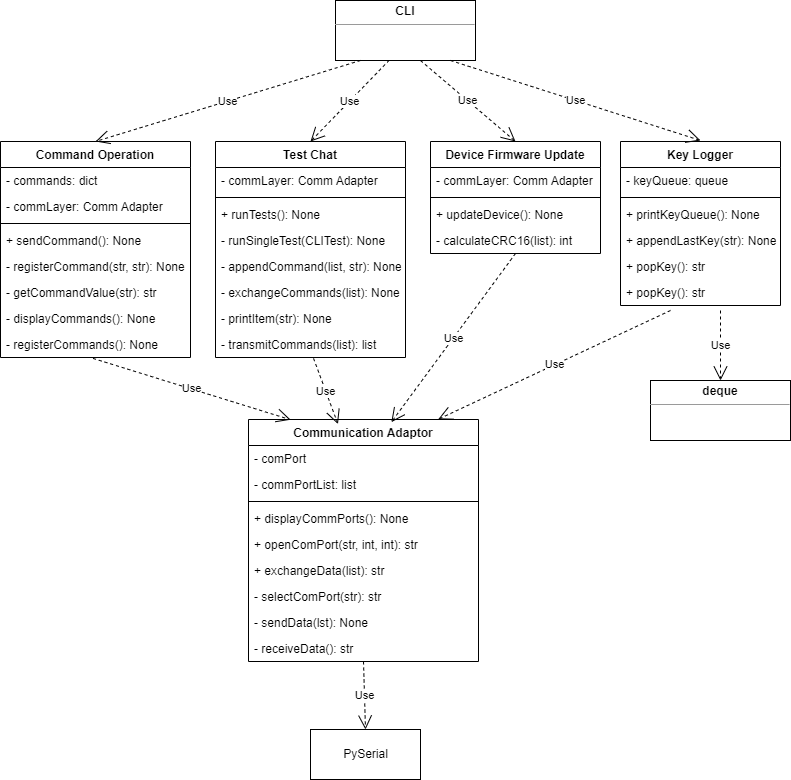
The draw.io diagram images/CLITaskDesignImage.png in MMMRepos/cli-python, before a commit. Source tidied: cells renumbered, new cells last; positions are measured from the earlier drawing's top-left corner, leaving out a move shared by most shapes.
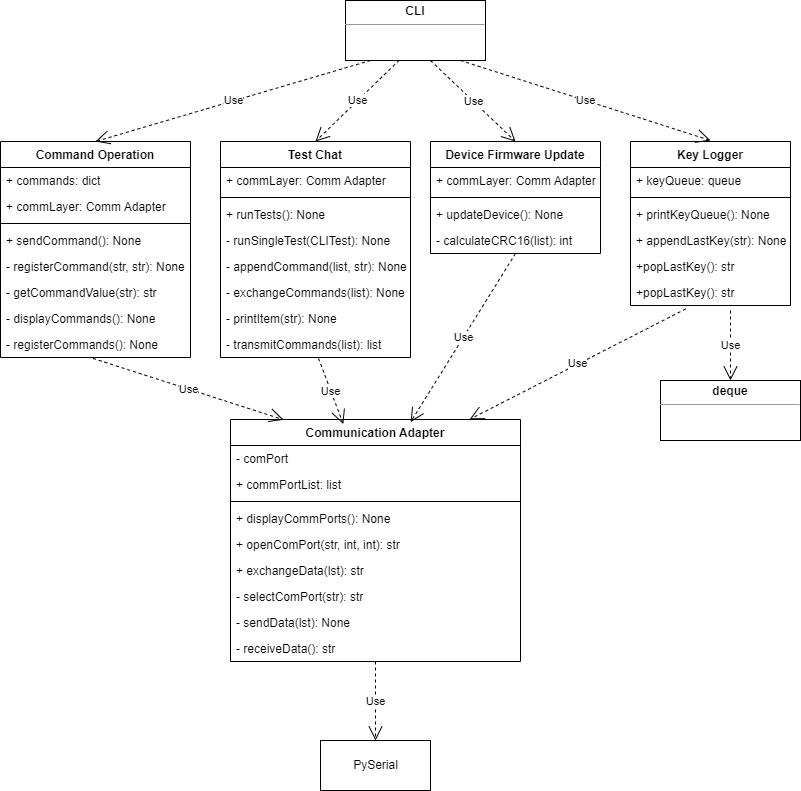
The same diagram one commit later.

The edit, as a diff of the source:
```diff
@@ -3,9 +3,9 @@
     <mxCell id="0" />
     <mxCell id="1" parent="0" />
     <mxCell id="2" value="Device Firmware Update" style="swimlane;fontStyle=1;align=center;verticalAlign=top;horizontal=1;startSize=26;" parent="1" vertex="1">
-      <mxGeometry x="430" y="141" width="170" height="112" as="geometry" />
+      <mxGeometry x="420" y="141" width="170" height="112" as="geometry" />
     </mxCell>
-    <mxCell id="3" value="- commLayer: Comm Adapter" style="text;strokeColor=none;fillColor=none;align=left;verticalAlign=top;spacingLeft=4;spacingRight=4;overflow=hidden;" parent="2" vertex="1">
+    <mxCell id="3" value="+ commLayer: Comm Adapter" style="text;strokeColor=none;fillColor=none;align=left;verticalAlign=top;spacingLeft=4;spacingRight=4;overflow=hidden;" parent="2" vertex="1">
       <mxGeometry y="26" width="170" height="26" as="geometry" />
     </mxCell>
     <mxCell id="4" style="line;strokeWidth=1;fillColor=none;align=left;verticalAlign=middle;spacingTop=-1;spacingLeft=3;spacingRight=3;labelPosition=right;" parent="2" vertex="1">
@@ -20,7 +20,7 @@
     <mxCell id="7" value="Key Logger" style="swimlane;fontStyle=1;align=center;verticalAlign=top;horizontal=1;startSize=26;" parent="1" vertex="1">
       <mxGeometry x="620" y="141" width="160" height="164" as="geometry" />
     </mxCell>
-    <mxCell id="8" value="- keyQueue: queue" style="text;strokeColor=none;fillColor=none;align=left;verticalAlign=top;spacingLeft=4;spacingRight=4;overflow=hidden;" parent="7" vertex="1">
+    <mxCell id="8" value="+ keyQueue: queue" style="text;strokeColor=none;fillColor=none;align=left;verticalAlign=top;spacingLeft=4;spacingRight=4;overflow=hidden;" parent="7" vertex="1">
       <mxGeometry y="26" width="160" height="26" as="geometry" />
     </mxCell>
     <mxCell id="9" style="line;strokeWidth=1;fillColor=none;align=left;verticalAlign=middle;spacingTop=-1;spacingLeft=3;spacingRight=3;labelPosition=right;" parent="7" vertex="1">
@@ -32,19 +32,19 @@
     <mxCell id="11" value="+ appendLastKey(str): None" style="text;strokeColor=none;fillColor=none;align=left;verticalAlign=top;spacingLeft=4;spacingRight=4;overflow=hidden;" parent="7" vertex="1">
       <mxGeometry y="86" width="160" height="26" as="geometry" />
     </mxCell>
-    <mxCell id="12" value="+ popKey(): str" style="text;strokeColor=none;fillColor=none;align=left;verticalAlign=top;spacingLeft=4;spacingRight=4;overflow=hidden;" parent="7" vertex="1">
+    <mxCell id="12" value="+popLastKey(): str" style="text;strokeColor=none;fillColor=none;align=left;verticalAlign=top;spacingLeft=4;spacingRight=4;overflow=hidden;" parent="7" vertex="1">
       <mxGeometry y="112" width="160" height="26" as="geometry" />
     </mxCell>
-    <mxCell id="13" value="+ popKey(): str" style="text;strokeColor=none;fillColor=none;align=left;verticalAlign=top;spacingLeft=4;spacingRight=4;overflow=hidden;" parent="7" vertex="1">
-      <mxGeometry y="138" width="160" height="26" as="geometry" />
-    </mxCell>
+    <mxCell id="55" value="+popLastKey(): str" style="text;strokeColor=none;fillColor=none;align=left;verticalAlign=top;spacingLeft=4;spacingRight=4;overflow=hidden;points=[[0,0.5],[1,0.5]];portConstraint=eastwest;" parent="7" vertex="1">
+      <mxGeometry y="138" width="160" height="26" as="geometry" />
+    </mxCell>
     <mxCell id="14" value="Command Operation" style="swimlane;fontStyle=1;align=center;verticalAlign=top;horizontal=1;startSize=26;" parent="1" vertex="1">
-      <mxGeometry y="141" width="190" height="216" as="geometry" />
+      <mxGeometry x="-10" y="141" width="190" height="216" as="geometry" />
     </mxCell>
-    <mxCell id="15" value="- commands: dict" style="text;strokeColor=none;fillColor=none;align=left;verticalAlign=top;spacingLeft=4;spacingRight=4;overflow=hidden;" parent="14" vertex="1">
+    <mxCell id="15" value="+ commands: dict" style="text;strokeColor=none;fillColor=none;align=left;verticalAlign=top;spacingLeft=4;spacingRight=4;overflow=hidden;" parent="14" vertex="1">
       <mxGeometry y="26" width="190" height="26" as="geometry" />
     </mxCell>
-    <mxCell id="16" value="- commLayer: Comm Adapter" style="text;strokeColor=none;fillColor=none;align=left;verticalAlign=top;spacingLeft=4;spacingRight=4;overflow=hidden;" parent="14" vertex="1">
+    <mxCell id="16" value="+ commLayer: Comm Adapter" style="text;strokeColor=none;fillColor=none;align=left;verticalAlign=top;spacingLeft=4;spacingRight=4;overflow=hidden;" parent="14" vertex="1">
       <mxGeometry y="52" width="190" height="26" as="geometry" />
     </mxCell>
     <mxCell id="17" style="line;strokeWidth=1;fillColor=none;align=left;verticalAlign=middle;spacingTop=-1;spacingLeft=3;spacingRight=3;labelPosition=right;" parent="14" vertex="1">
@@ -66,9 +66,9 @@
       <mxGeometry y="190" width="190" height="26" as="geometry" />
     </mxCell>
     <mxCell id="23" value="Test Chat" style="swimlane;fontStyle=1;align=center;verticalAlign=top;horizontal=1;startSize=26;" parent="1" vertex="1">
-      <mxGeometry x="215" y="141" width="190" height="216" as="geometry" />
+      <mxGeometry x="210" y="141" width="190" height="216" as="geometry" />
     </mxCell>
-    <mxCell id="24" value="- commLayer: Comm Adapter" style="text;strokeColor=none;fillColor=none;align=left;verticalAlign=top;spacingLeft=4;spacingRight=4;overflow=hidden;" parent="23" vertex="1">
+    <mxCell id="24" value="+ commLayer: Comm Adapter" style="text;strokeColor=none;fillColor=none;align=left;verticalAlign=top;spacingLeft=4;spacingRight=4;overflow=hidden;" parent="23" vertex="1">
       <mxGeometry y="26" width="190" height="26" as="geometry" />
     </mxCell>
     <mxCell id="25" style="line;strokeWidth=1;fillColor=none;align=left;verticalAlign=middle;spacingTop=-1;spacingLeft=3;spacingRight=3;labelPosition=right;" parent="23" vertex="1">
@@ -92,35 +92,35 @@
     <mxCell id="31" value="- transmitCommands(list): list" style="text;strokeColor=none;fillColor=none;align=left;verticalAlign=top;spacingLeft=4;spacingRight=4;overflow=hidden;points=[[0,0.5],[1,0.5]];portConstraint=eastwest;" parent="23" vertex="1">
       <mxGeometry y="190" width="190" height="26" as="geometry" />
     </mxCell>
-    <mxCell id="32" value="Communication Adaptor" style="swimlane;fontStyle=1;align=center;verticalAlign=top;horizontal=1;startSize=26;" parent="1" vertex="1">
-      <mxGeometry x="248" y="419" width="230" height="242" as="geometry" />
+    <mxCell id="32" value="Communication Adapter" style="swimlane;fontStyle=1;align=center;verticalAlign=top;horizontal=1;startSize=26;" parent="1" vertex="1">
+      <mxGeometry x="220" y="419" width="290" height="242" as="geometry" />
     </mxCell>
     <mxCell id="33" value="- comPort" style="text;strokeColor=none;fillColor=none;align=left;verticalAlign=top;spacingLeft=4;spacingRight=4;overflow=hidden;" parent="32" vertex="1">
-      <mxGeometry y="26" width="230" height="26" as="geometry" />
+      <mxGeometry y="26" width="290" height="26" as="geometry" />
     </mxCell>
-    <mxCell id="34" value="- commPortList: list" style="text;strokeColor=none;fillColor=none;align=left;verticalAlign=top;spacingLeft=4;spacingRight=4;overflow=hidden;" parent="32" vertex="1">
-      <mxGeometry y="52" width="230" height="26" as="geometry" />
+    <mxCell id="34" value="+ commPortList: list" style="text;strokeColor=none;fillColor=none;align=left;verticalAlign=top;spacingLeft=4;spacingRight=4;overflow=hidden;" parent="32" vertex="1">
+      <mxGeometry y="52" width="290" height="26" as="geometry" />
     </mxCell>
     <mxCell id="35" style="line;strokeWidth=1;fillColor=none;align=left;verticalAlign=middle;spacingTop=-1;spacingLeft=3;spacingRight=3;labelPosition=right;" parent="32" vertex="1">
-      <mxGeometry y="78" width="230" height="8" as="geometry" />
+      <mxGeometry y="78" width="290" height="8" as="geometry" />
     </mxCell>
     <mxCell id="36" value="+ displayCommPorts(): None" style="text;strokeColor=none;fillColor=none;align=left;verticalAlign=top;spacingLeft=4;spacingRight=4;overflow=hidden;" parent="32" vertex="1">
-      <mxGeometry y="86" width="230" height="26" as="geometry" />
+      <mxGeometry y="86" width="290" height="26" as="geometry" />
     </mxCell>
     <mxCell id="37" value="+ openComPort(str, int, int): str" style="text;strokeColor=none;fillColor=none;align=left;verticalAlign=top;spacingLeft=4;spacingRight=4;overflow=hidden;" parent="32" vertex="1">
-      <mxGeometry y="112" width="230" height="26" as="geometry" />
+      <mxGeometry y="112" width="290" height="26" as="geometry" />
     </mxCell>
-    <mxCell id="38" value="+ exchangeData(list): str" style="text;strokeColor=none;fillColor=none;align=left;verticalAlign=top;spacingLeft=4;spacingRight=4;overflow=hidden;" parent="32" vertex="1">
-      <mxGeometry y="138" width="230" height="26" as="geometry" />
+    <mxCell id="38" value="+ exchangeData(lst): str" style="text;strokeColor=none;fillColor=none;align=left;verticalAlign=top;spacingLeft=4;spacingRight=4;overflow=hidden;" parent="32" vertex="1">
+      <mxGeometry y="138" width="290" height="26" as="geometry" />
     </mxCell>
     <mxCell id="39" value="- selectComPort(str): str" style="text;strokeColor=none;fillColor=none;align=left;verticalAlign=top;spacingLeft=4;spacingRight=4;overflow=hidden;" parent="32" vertex="1">
-      <mxGeometry y="164" width="230" height="26" as="geometry" />
+      <mxGeometry y="164" width="290" height="26" as="geometry" />
     </mxCell>
     <mxCell id="40" value="- sendData(lst): None" style="text;strokeColor=none;fillColor=none;align=left;verticalAlign=top;spacingLeft=4;spacingRight=4;overflow=hidden;" parent="32" vertex="1">
-      <mxGeometry y="190" width="230" height="26" as="geometry" />
+      <mxGeometry y="190" width="290" height="26" as="geometry" />
     </mxCell>
     <mxCell id="41" value="- receiveData(): str" style="text;strokeColor=none;fillColor=none;align=left;verticalAlign=top;spacingLeft=4;spacingRight=4;overflow=hidden;" parent="32" vertex="1">
-      <mxGeometry y="216" width="230" height="26" as="geometry" />
+      <mxGeometry y="216" width="290" height="26" as="geometry" />
     </mxCell>
     <mxCell id="42" value="&lt;p style=&quot;margin:0px;margin-top:4px;text-align:center;&quot;&gt;&lt;b&gt;CLI&lt;/b&gt;&lt;/p&gt;&lt;hr size=&quot;1&quot;&gt;&lt;div style=&quot;height:2px;&quot;&gt;&lt;/div&gt;" style="verticalAlign=top;align=left;overflow=fill;fontSize=12;fontFamily=Helvetica;html=1;" parent="1" vertex="1">
       <mxGeometry x="335" width="140" height="60" as="geometry" />
@@ -153,10 +153,8 @@
     <mxCell id="49" value="Use" style="endArrow=open;endSize=12;dashed=1;html=1;rounded=0;entryX=0.621;entryY=0.011;entryDx=0;entryDy=0;exitX=0.5;exitY=1;exitDx=0;exitDy=0;entryPerimeter=0;" parent="1" edge="1" source="2" target="32">
       <mxGeometry relative="1" as="geometry" />
     </mxCell>
-    <mxCell id="50" value="Use" style="endArrow=open;endSize=12;dashed=1;html=1;rounded=0;entryX=0.825;entryY=-0.001;entryDx=0;entryDy=0;entryPerimeter=0;" parent="1" edge="1" target="32">
-      <mxGeometry relative="1" as="geometry">
-        <mxPoint x="670" y="310" as="sourcePoint" />
-      </mxGeometry>
+    <mxCell id="50" value="Use" style="endArrow=open;endSize=12;dashed=1;html=1;rounded=0;exitX=0.345;exitY=1.133;exitDx=0;exitDy=0;exitPerimeter=0;entryX=0.825;entryY=-0.001;entryDx=0;entryDy=0;entryPerimeter=0;" parent="1" edge="1" source="55" target="32">
+      <mxGeometry relative="1" as="geometry" />
     </mxCell>
     <mxCell id="51" value="Use" style="endArrow=open;endSize=12;dashed=1;html=1;rounded=0;entryX=0.5;entryY=0;entryDx=0;entryDy=0;" parent="1" edge="1" target="54">
       <mxGeometry relative="1" as="geometry">
@@ -167,7 +165,7 @@
       <mxGeometry relative="1" as="geometry" />
     </mxCell>
     <mxCell id="53" value="PySerial" style="html=1;" parent="1" vertex="1">
-      <mxGeometry x="310" y="729" width="110" height="50" as="geometry" />
+      <mxGeometry x="310" y="740" width="110" height="50" as="geometry" />
     </mxCell>
     <mxCell id="54" value="&lt;p style=&quot;margin:0px;margin-top:4px;text-align:center;&quot;&gt;&lt;b&gt;deque&lt;/b&gt;&lt;/p&gt;&lt;hr size=&quot;1&quot;&gt;&lt;div style=&quot;height:2px;&quot;&gt;&lt;/div&gt;" style="verticalAlign=top;align=left;overflow=fill;fontSize=12;fontFamily=Helvetica;html=1;" parent="1" vertex="1">
       <mxGeometry x="650" y="380" width="140" height="60" as="geometry" />
```
